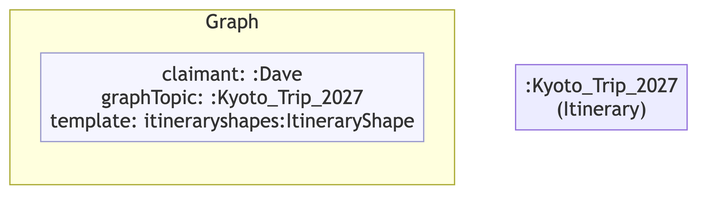
The Mermaid diagram example/graphs/images/graph-91.png in MeeFoundation/mia-ontologies, before a commit. Its source is kept beside it as example/graphs/images/graph-91.mmd. The source it was exported from:
```mermaid
flowchart TD
    classDef person fill:#fffacd,stroke:#aaa,color:#333
    classDef org    fill:#cce5ff,stroke:#aaa,color:#333
    classDef service fill:#e6e6e6,stroke:#aaa,color:#333
    classDef lit    fill:none,stroke:none,font-style:italic,color:#2a7a2a
    classDef meta   fill:#f5f5ff,stroke:#9999cc,color:#333

    subgraph ctx["Graph"]
        direction LR
        ctx_meta["claimant: :Dave\ngraphTopic: :Kyoto_Trip_2027\ntemplate: itineraryshapes:ItineraryShape"]:::meta
    end

    nd86bc17c484e[":Kyoto_Trip_2027\n(Itinerary)"]
```
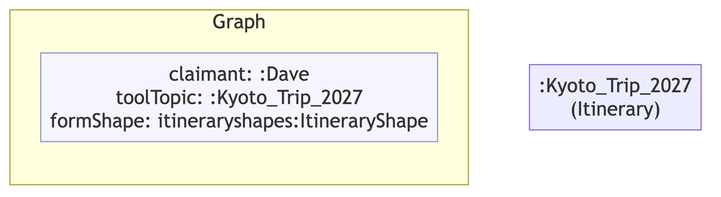
The same diagram one commit later.

Change to the diagram source:
```diff
@@ -7,7 +7,7 @@
 
     subgraph ctx["Graph"]
         direction LR
-        ctx_meta["claimant: :Dave\ngraphTopic: :Kyoto_Trip_2027\ntemplate: itineraryshapes:ItineraryShape"]:::meta
+        ctx_meta["claimant: :Dave\ntoolTopic: :Kyoto_Trip_2027\nformShape: itineraryshapes:ItineraryShape"]:::meta
     end
 
-    nd86bc17c484e[":Kyoto_Trip_2027\n(Itinerary)"]
+    n33b3ca3d2a86[":Kyoto_Trip_2027\n(Itinerary)"]
```
